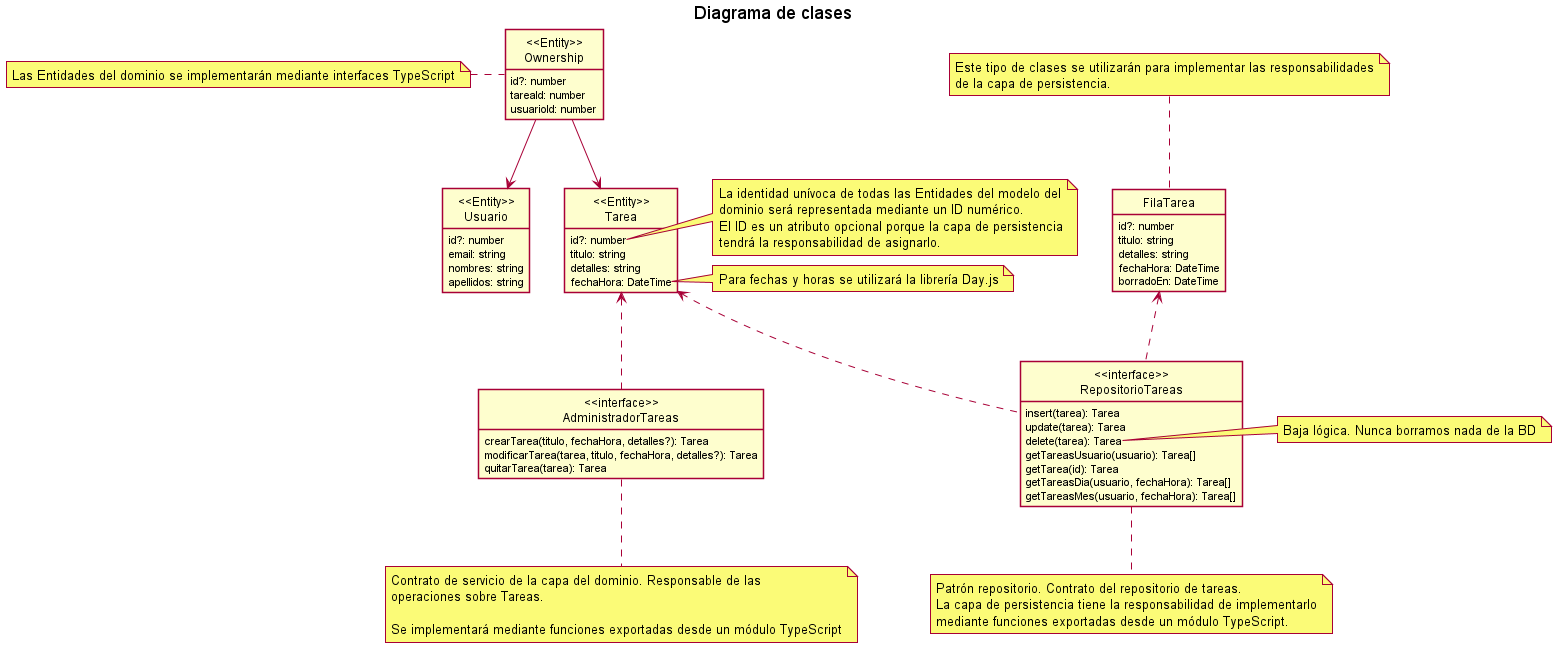
Before: architecture-model/diagrama de clases.png, a diagram exported from PlantUML (esteban4321duran/app-tareas-v1-docs).
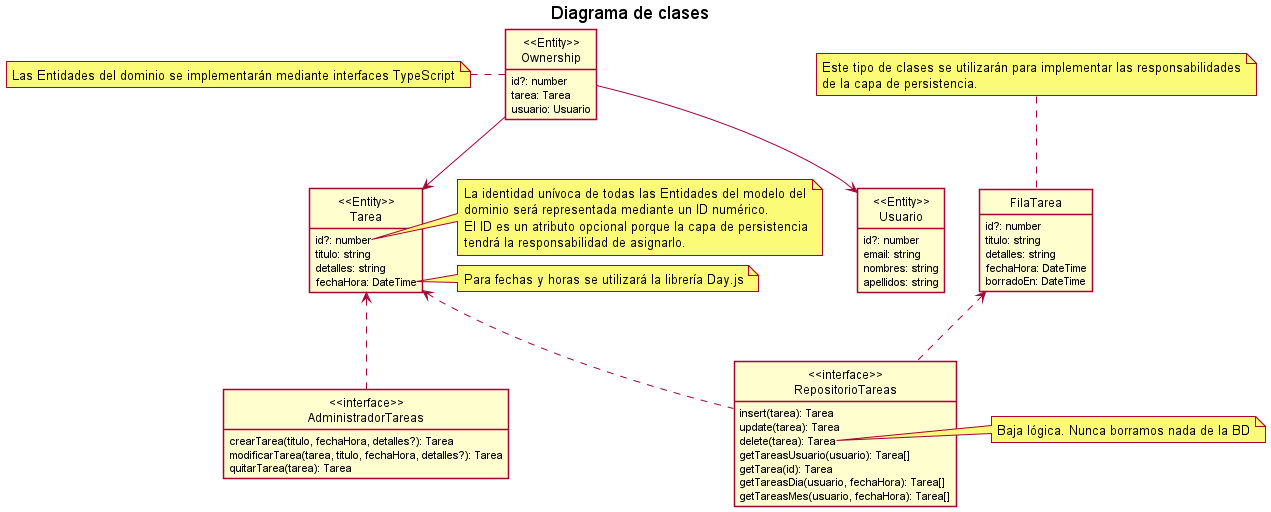
After the change.

Change to the diagram source:
```diff
@@ -31,8 +31,8 @@
 
 class "<<Entity>>\nOwnership" as O{
     id?: number
-    tareaId: number
-    usuarioId: number
+    tarea: Tarea
+    usuario: Usuario
 }
 
 note left of O
@@ -47,12 +47,6 @@
     modificarTarea(tarea, titulo, fechaHora, detalles?): Tarea
     quitarTarea(tarea): Tarea
 }
-note bottom of AT
-Contrato de servicio de la capa del dominio. Responsable de las
-operaciones sobre Tareas.
-
-Se implementará mediante funciones exportadas desde un módulo TypeScript
-endnote
 
 AT .u.> T
 
@@ -65,11 +59,6 @@
     getTareasDia(usuario, fechaHora): Tarea[]
     getTareasMes(usuario, fechaHora): Tarea[]
 }
-note bottom of RT
-Patrón repositorio. Contrato del repositorio de tareas.
-La capa de persistencia tiene la responsabilidad de implementarlo
-mediante funciones exportadas desde un módulo TypeScript.
-end note
 note right of RT::delete
 Baja lógica. Nunca borramos nada de la BD
 end note
```
